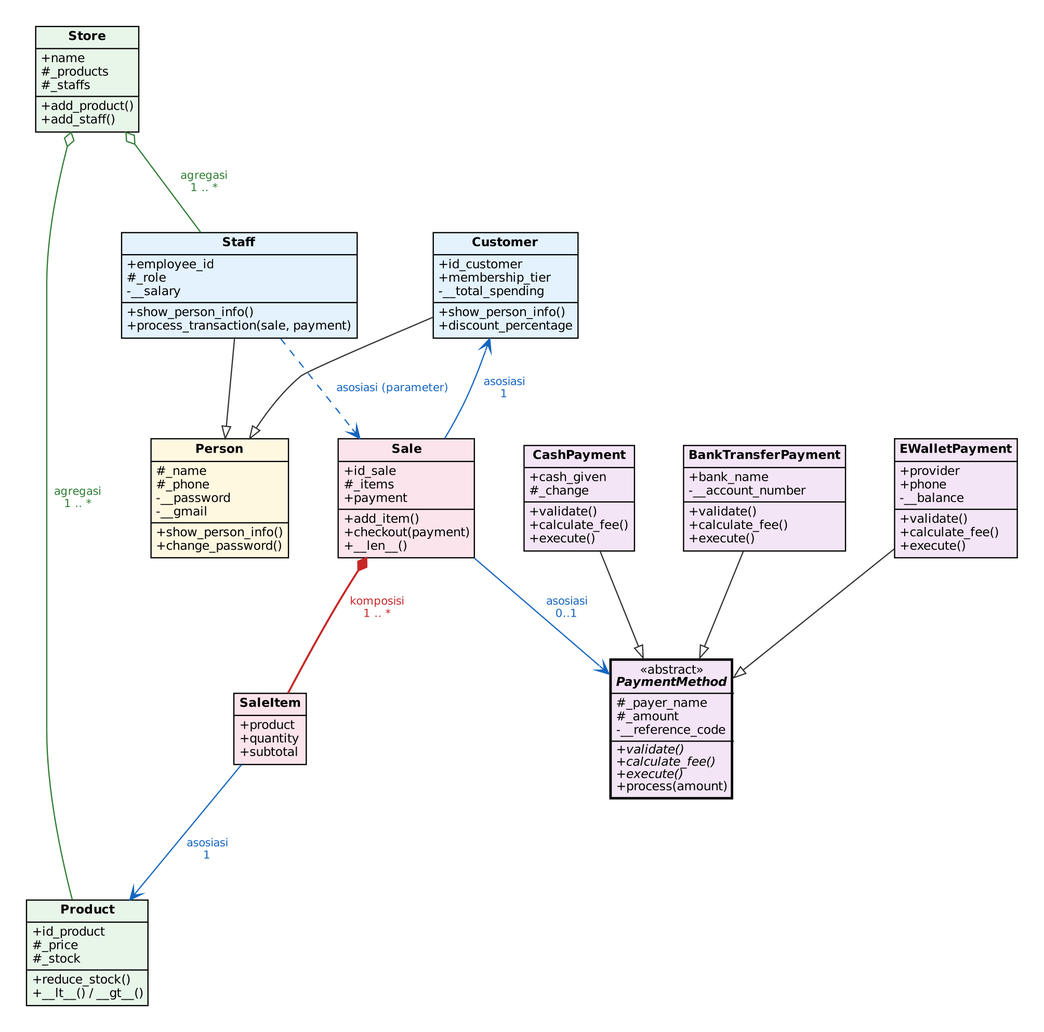
This is posttest/posttest3/assets/class_diagram.png from Alfauzi-S/Praktikum-PBO, a Graphviz export, as it was before one commit. Its source is kept beside it as posttest/posttest3/assets/class_diagram.dot. The source it was exported from:
```dot
digraph UML {
  graph [rankdir=TB, nodesep=0.55, ranksep=0.85, fontname="DejaVu Sans", bgcolor="white", pad=0.3];
  node  [shape=plain, fontname="DejaVu Sans", fontsize=10];
  edge  [fontname="DejaVu Sans", fontsize=9, color="#333333"];

  Person [label=<
    <table border="1" cellborder="0" cellspacing="0" cellpadding="3" bgcolor="#FFF8E1">
      <tr><td><b>Person</b></td></tr><hr/>
      <tr><td align="left">#_name<br align="left"/>#_phone<br align="left"/>-__password<br align="left"/>-__gmail<br align="left"/></td></tr><hr/>
      <tr><td align="left">+show_person_info()<br align="left"/>+change_password()<br align="left"/></td></tr>
    </table>>];

  Customer [label=<
    <table border="1" cellborder="0" cellspacing="0" cellpadding="3" bgcolor="#E3F2FD">
      <tr><td><b>Customer</b></td></tr><hr/>
      <tr><td align="left">+id_customer<br align="left"/>+membership_tier<br align="left"/>-__total_spending<br align="left"/></td></tr><hr/>
      <tr><td align="left">+show_person_info()<br align="left"/>+discount_percentage<br align="left"/></td></tr>
    </table>>];

  Staff [label=<
    <table border="1" cellborder="0" cellspacing="0" cellpadding="3" bgcolor="#E3F2FD">
      <tr><td><b>Staff</b></td></tr><hr/>
      <tr><td align="left">+employee_id<br align="left"/>#_role<br align="left"/>-__salary<br align="left"/></td></tr><hr/>
      <tr><td align="left">+show_person_info()<br align="left"/>+process_transaction(sale, payment)<br align="left"/></td></tr>
    </table>>];

  Store [label=<
    <table border="1" cellborder="0" cellspacing="0" cellpadding="3" bgcolor="#E8F5E9">
      <tr><td><b>Store</b></td></tr><hr/>
      <tr><td align="left">+name<br align="left"/>#_products<br align="left"/>#_staffs<br align="left"/></td></tr><hr/>
      <tr><td align="left">+add_product()<br align="left"/>+add_staff()<br align="left"/></td></tr>
    </table>>];

  Product [label=<
    <table border="1" cellborder="0" cellspacing="0" cellpadding="3" bgcolor="#E8F5E9">
      <tr><td><b>Product</b></td></tr><hr/>
      <tr><td align="left">+id_product<br align="left"/>#_price<br align="left"/>#_stock<br align="left"/></td></tr><hr/>
      <tr><td align="left">+reduce_stock()<br align="left"/>+__lt__() / __gt__()<br align="left"/></td></tr>
    </table>>];

  Sale [label=<
    <table border="1" cellborder="0" cellspacing="0" cellpadding="3" bgcolor="#FCE4EC">
      <tr><td><b>Sale</b></td></tr><hr/>
      <tr><td align="left">+id_sale<br align="left"/>#_items<br align="left"/>+payment<br align="left"/></td></tr><hr/>
      <tr><td align="left">+add_item()<br align="left"/>+checkout(payment)<br align="left"/>+__len__()<br align="left"/></td></tr>
    </table>>];

  SaleItem [label=<
    <table border="1" cellborder="0" cellspacing="0" cellpadding="3" bgcolor="#FCE4EC">
      <tr><td><b>SaleItem</b></td></tr><hr/>
      <tr><td align="left">+product<br align="left"/>+quantity<br align="left"/>+subtotal<br align="left"/></td></tr>
    </table>>];

  PaymentMethod [label=<
    <table border="2" cellborder="0" cellspacing="0" cellpadding="3" bgcolor="#F3E5F5">
      <tr><td>&laquo;abstract&raquo;<br/><b><i>PaymentMethod</i></b></td></tr><hr/>
      <tr><td align="left">#_payer_name<br align="left"/>#_amount<br align="left"/>-__reference_code<br align="left"/></td></tr><hr/>
      <tr><td align="left"><i>+validate()</i><br align="left"/><i>+calculate_fee()</i><br align="left"/><i>+execute()</i><br align="left"/>+process(amount)<br align="left"/></td></tr>
    </table>>];

  Cash [label=<
    <table border="1" cellborder="0" cellspacing="0" cellpadding="3" bgcolor="#F3E5F5">
      <tr><td><b>CashPayment</b></td></tr><hr/>
      <tr><td align="left">+cash_given<br align="left"/>#_change<br align="left"/></td></tr><hr/>
      <tr><td align="left">+validate()<br align="left"/>+calculate_fee()<br align="left"/>+execute()<br align="left"/></td></tr>
    </table>>];

  Bank [label=<
    <table border="1" cellborder="0" cellspacing="0" cellpadding="3" bgcolor="#F3E5F5">
      <tr><td><b>BankTransferPayment</b></td></tr><hr/>
      <tr><td align="left">+bank_name<br align="left"/>-__account_number<br align="left"/></td></tr><hr/>
      <tr><td align="left">+validate()<br align="left"/>+calculate_fee()<br align="left"/>+execute()<br align="left"/></td></tr>
    </table>>];

  Wallet [label=<
    <table border="1" cellborder="0" cellspacing="0" cellpadding="3" bgcolor="#F3E5F5">
      <tr><td><b>EWalletPayment</b></td></tr><hr/>
      <tr><td align="left">+provider<br align="left"/>+phone<br align="left"/>-__balance<br align="left"/></td></tr><hr/>
      <tr><td align="left">+validate()<br align="left"/>+calculate_fee()<br align="left"/>+execute()<br align="left"/></td></tr>
    </table>>];

  Customer -> Person [arrowhead=empty];
  Staff    -> Person [arrowhead=empty];
  Cash     -> PaymentMethod [arrowhead=empty];
  Bank     -> PaymentMethod [arrowhead=empty];
  Wallet   -> PaymentMethod [arrowhead=empty];

  Store -> Product [dir=both, arrowtail=odiamond, arrowhead=none, label="  agregasi\n  1 .. *", color="#2E7D32", fontcolor="#2E7D32"];
  Store -> Staff   [dir=both, arrowtail=odiamond, arrowhead=none, label="  agregasi\n  1 .. *", color="#2E7D32", fontcolor="#2E7D32"];

  Sale -> SaleItem [dir=both, arrowtail=diamond, arrowhead=none, label="  komposisi\n  1 .. *", color="#C62828", fontcolor="#C62828", penwidth=1.6];

  Sale     -> Customer      [arrowhead=vee, label="  asosiasi\n  1", color="#1565C0", fontcolor="#1565C0"];
  Sale     -> PaymentMethod [arrowhead=vee, label="  asosiasi\n  0..1", color="#1565C0", fontcolor="#1565C0"];
  SaleItem -> Product       [arrowhead=vee, label="  asosiasi\n  1", color="#1565C0", fontcolor="#1565C0"];
  Staff    -> Sale          [arrowhead=vee, style=dashed, label="  asosiasi (parameter)", color="#1565C0", fontcolor="#1565C0"];

  { rank=same; Customer; Staff; }
  { rank=same; Cash; Bank; Wallet; }
}
```
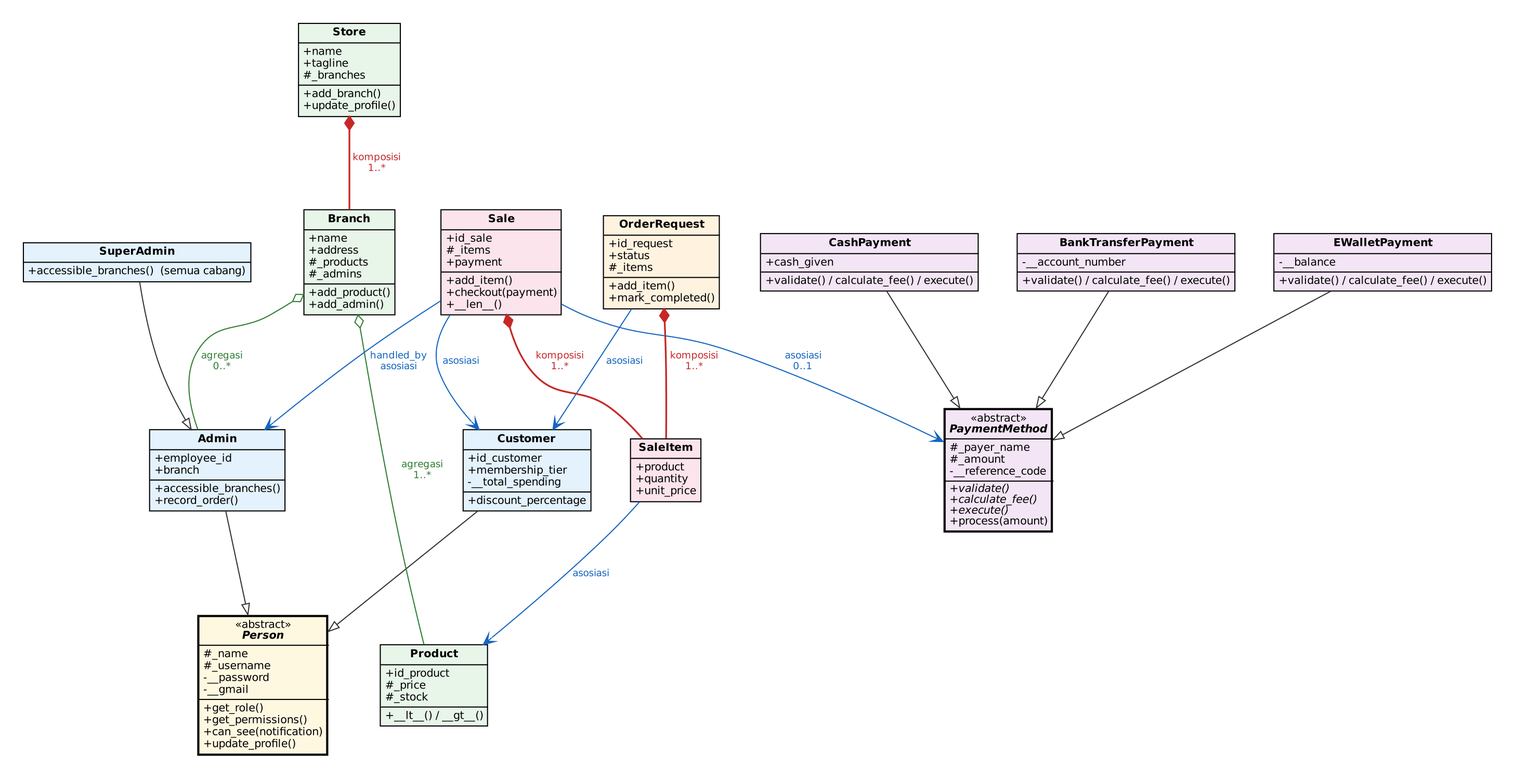
After the change.

The edit, as a diff of the source:
```diff
@@ -1,100 +1,42 @@
 digraph UML {
-  graph [rankdir=TB, nodesep=0.55, ranksep=0.85, fontname="DejaVu Sans", bgcolor="white", pad=0.3];
+  graph [rankdir=TB, nodesep=0.5, ranksep=0.9, fontname="DejaVu Sans", bgcolor="white", pad=0.3];
   node  [shape=plain, fontname="DejaVu Sans", fontsize=10];
   edge  [fontname="DejaVu Sans", fontsize=9, color="#333333"];
-
-  Person [label=<
-    <table border="1" cellborder="0" cellspacing="0" cellpadding="3" bgcolor="#FFF8E1">
-      <tr><td><b>Person</b></td></tr><hr/>
-      <tr><td align="left">#_name<br align="left"/>#_phone<br align="left"/>-__password<br align="left"/>-__gmail<br align="left"/></td></tr><hr/>
-      <tr><td align="left">+show_person_info()<br align="left"/>+change_password()<br align="left"/></td></tr>
-    </table>>];
-
-  Customer [label=<
-    <table border="1" cellborder="0" cellspacing="0" cellpadding="3" bgcolor="#E3F2FD">
-      <tr><td><b>Customer</b></td></tr><hr/>
-      <tr><td align="left">+id_customer<br align="left"/>+membership_tier<br align="left"/>-__total_spending<br align="left"/></td></tr><hr/>
-      <tr><td align="left">+show_person_info()<br align="left"/>+discount_percentage<br align="left"/></td></tr>
-    </table>>];
-
-  Staff [label=<
-    <table border="1" cellborder="0" cellspacing="0" cellpadding="3" bgcolor="#E3F2FD">
-      <tr><td><b>Staff</b></td></tr><hr/>
-      <tr><td align="left">+employee_id<br align="left"/>#_role<br align="left"/>-__salary<br align="left"/></td></tr><hr/>
-      <tr><td align="left">+show_person_info()<br align="left"/>+process_transaction(sale, payment)<br align="left"/></td></tr>
-    </table>>];
-
-  Store [label=<
-    <table border="1" cellborder="0" cellspacing="0" cellpadding="3" bgcolor="#E8F5E9">
-      <tr><td><b>Store</b></td></tr><hr/>
-      <tr><td align="left">+name<br align="left"/>#_products<br align="left"/>#_staffs<br align="left"/></td></tr><hr/>
-      <tr><td align="left">+add_product()<br align="left"/>+add_staff()<br align="left"/></td></tr>
-    </table>>];
-
-  Product [label=<
-    <table border="1" cellborder="0" cellspacing="0" cellpadding="3" bgcolor="#E8F5E9">
-      <tr><td><b>Product</b></td></tr><hr/>
-      <tr><td align="left">+id_product<br align="left"/>#_price<br align="left"/>#_stock<br align="left"/></td></tr><hr/>
-      <tr><td align="left">+reduce_stock()<br align="left"/>+__lt__() / __gt__()<br align="left"/></td></tr>
-    </table>>];
-
-  Sale [label=<
-    <table border="1" cellborder="0" cellspacing="0" cellpadding="3" bgcolor="#FCE4EC">
-      <tr><td><b>Sale</b></td></tr><hr/>
-      <tr><td align="left">+id_sale<br align="left"/>#_items<br align="left"/>+payment<br align="left"/></td></tr><hr/>
-      <tr><td align="left">+add_item()<br align="left"/>+checkout(payment)<br align="left"/>+__len__()<br align="left"/></td></tr>
-    </table>>];
-
-  SaleItem [label=<
-    <table border="1" cellborder="0" cellspacing="0" cellpadding="3" bgcolor="#FCE4EC">
-      <tr><td><b>SaleItem</b></td></tr><hr/>
-      <tr><td align="left">+product<br align="left"/>+quantity<br align="left"/>+subtotal<br align="left"/></td></tr>
-    </table>>];
-
-  PaymentMethod [label=<
-    <table border="2" cellborder="0" cellspacing="0" cellpadding="3" bgcolor="#F3E5F5">
-      <tr><td>&laquo;abstract&raquo;<br/><b><i>PaymentMethod</i></b></td></tr><hr/>
-      <tr><td align="left">#_payer_name<br align="left"/>#_amount<br align="left"/>-__reference_code<br align="left"/></td></tr><hr/>
-      <tr><td align="left"><i>+validate()</i><br align="left"/><i>+calculate_fee()</i><br align="left"/><i>+execute()</i><br align="left"/>+process(amount)<br align="left"/></td></tr>
-    </table>>];
-
-  Cash [label=<
-    <table border="1" cellborder="0" cellspacing="0" cellpadding="3" bgcolor="#F3E5F5">
-      <tr><td><b>CashPayment</b></td></tr><hr/>
-      <tr><td align="left">+cash_given<br align="left"/>#_change<br align="left"/></td></tr><hr/>
-      <tr><td align="left">+validate()<br align="left"/>+calculate_fee()<br align="left"/>+execute()<br align="left"/></td></tr>
-    </table>>];
-
-  Bank [label=<
-    <table border="1" cellborder="0" cellspacing="0" cellpadding="3" bgcolor="#F3E5F5">
-      <tr><td><b>BankTransferPayment</b></td></tr><hr/>
-      <tr><td align="left">+bank_name<br align="left"/>-__account_number<br align="left"/></td></tr><hr/>
-      <tr><td align="left">+validate()<br align="left"/>+calculate_fee()<br align="left"/>+execute()<br align="left"/></td></tr>
-    </table>>];
-
-  Wallet [label=<
-    <table border="1" cellborder="0" cellspacing="0" cellpadding="3" bgcolor="#F3E5F5">
-      <tr><td><b>EWalletPayment</b></td></tr><hr/>
-      <tr><td align="left">+provider<br align="left"/>+phone<br align="left"/>-__balance<br align="left"/></td></tr><hr/>
-      <tr><td align="left">+validate()<br align="left"/>+calculate_fee()<br align="left"/>+execute()<br align="left"/></td></tr>
-    </table>>];
+  Person [label=<<table border="2" cellborder="0" cellspacing="0" cellpadding="3" bgcolor="#FFF8E1"><tr><td>&laquo;abstract&raquo;<br/><b><i>Person</i></b></td></tr><hr/><tr><td align="left">#_name<br align="left"/>#_username<br align="left"/>-__password<br align="left"/>-__gmail<br align="left"/></td></tr><hr/><tr><td align="left">+get_role()<br align="left"/>+get_permissions()<br align="left"/>+can_see(notification)<br align="left"/>+update_profile()<br align="left"/></td></tr></table>>];
+  Customer [label=<<table border="1" cellborder="0" cellspacing="0" cellpadding="3" bgcolor="#E3F2FD"><tr><td><b>Customer</b></td></tr><hr/><tr><td align="left">+id_customer<br align="left"/>+membership_tier<br align="left"/>-__total_spending<br align="left"/></td></tr><hr/><tr><td align="left">+discount_percentage<br align="left"/></td></tr></table>>];
+  Admin [label=<<table border="1" cellborder="0" cellspacing="0" cellpadding="3" bgcolor="#E3F2FD"><tr><td><b>Admin</b></td></tr><hr/><tr><td align="left">+employee_id<br align="left"/>+branch<br align="left"/></td></tr><hr/><tr><td align="left">+accessible_branches()<br align="left"/>+record_order()<br align="left"/></td></tr></table>>];
+  SuperAdmin [label=<<table border="1" cellborder="0" cellspacing="0" cellpadding="3" bgcolor="#E3F2FD"><tr><td><b>SuperAdmin</b></td></tr><hr/><tr><td align="left">+accessible_branches()  (semua cabang)<br align="left"/></td></tr></table>>];
+  Store [label=<<table border="1" cellborder="0" cellspacing="0" cellpadding="3" bgcolor="#E8F5E9"><tr><td><b>Store</b></td></tr><hr/><tr><td align="left">+name<br align="left"/>+tagline<br align="left"/>#_branches<br align="left"/></td></tr><hr/><tr><td align="left">+add_branch()<br align="left"/>+update_profile()<br align="left"/></td></tr></table>>];
+  Branch [label=<<table border="1" cellborder="0" cellspacing="0" cellpadding="3" bgcolor="#E8F5E9"><tr><td><b>Branch</b></td></tr><hr/><tr><td align="left">+name<br align="left"/>+address<br align="left"/>#_products<br align="left"/>#_admins<br align="left"/></td></tr><hr/><tr><td align="left">+add_product()<br align="left"/>+add_admin()<br align="left"/></td></tr></table>>];
+  Product [label=<<table border="1" cellborder="0" cellspacing="0" cellpadding="3" bgcolor="#E8F5E9"><tr><td><b>Product</b></td></tr><hr/><tr><td align="left">+id_product<br align="left"/>#_price<br align="left"/>#_stock<br align="left"/></td></tr><hr/><tr><td align="left">+__lt__() / __gt__()<br align="left"/></td></tr></table>>];
+  OrderRequest [label=<<table border="1" cellborder="0" cellspacing="0" cellpadding="3" bgcolor="#FFF3E0"><tr><td><b>OrderRequest</b></td></tr><hr/><tr><td align="left">+id_request<br align="left"/>+status<br align="left"/>#_items<br align="left"/></td></tr><hr/><tr><td align="left">+add_item()<br align="left"/>+mark_completed()<br align="left"/></td></tr></table>>];
+  Sale [label=<<table border="1" cellborder="0" cellspacing="0" cellpadding="3" bgcolor="#FCE4EC"><tr><td><b>Sale</b></td></tr><hr/><tr><td align="left">+id_sale<br align="left"/>#_items<br align="left"/>+payment<br align="left"/></td></tr><hr/><tr><td align="left">+add_item()<br align="left"/>+checkout(payment)<br align="left"/>+__len__()<br align="left"/></td></tr></table>>];
+  SaleItem [label=<<table border="1" cellborder="0" cellspacing="0" cellpadding="3" bgcolor="#FCE4EC"><tr><td><b>SaleItem</b></td></tr><hr/><tr><td align="left">+product<br align="left"/>+quantity<br align="left"/>+unit_price<br align="left"/></td></tr></table>>];
+  PaymentMethod [label=<<table border="2" cellborder="0" cellspacing="0" cellpadding="3" bgcolor="#F3E5F5"><tr><td>&laquo;abstract&raquo;<br/><b><i>PaymentMethod</i></b></td></tr><hr/><tr><td align="left">#_payer_name<br align="left"/>#_amount<br align="left"/>-__reference_code<br align="left"/></td></tr><hr/><tr><td align="left"><i>+validate()</i><br align="left"/><i>+calculate_fee()</i><br align="left"/><i>+execute()</i><br align="left"/>+process(amount)<br align="left"/></td></tr></table>>];
+  Cash [label=<<table border="1" cellborder="0" cellspacing="0" cellpadding="3" bgcolor="#F3E5F5"><tr><td><b>CashPayment</b></td></tr><hr/><tr><td align="left">+cash_given<br align="left"/></td></tr><hr/><tr><td align="left">+validate() / calculate_fee() / execute()<br align="left"/></td></tr></table>>];
+  Bank [label=<<table border="1" cellborder="0" cellspacing="0" cellpadding="3" bgcolor="#F3E5F5"><tr><td><b>BankTransferPayment</b></td></tr><hr/><tr><td align="left">-__account_number<br align="left"/></td></tr><hr/><tr><td align="left">+validate() / calculate_fee() / execute()<br align="left"/></td></tr></table>>];
+  Wallet [label=<<table border="1" cellborder="0" cellspacing="0" cellpadding="3" bgcolor="#F3E5F5"><tr><td><b>EWalletPayment</b></td></tr><hr/><tr><td align="left">-__balance<br align="left"/></td></tr><hr/><tr><td align="left">+validate() / calculate_fee() / execute()<br align="left"/></td></tr></table>>];
 
   Customer -> Person [arrowhead=empty];
-  Staff    -> Person [arrowhead=empty];
-  Cash     -> PaymentMethod [arrowhead=empty];
-  Bank     -> PaymentMethod [arrowhead=empty];
-  Wallet   -> PaymentMethod [arrowhead=empty];
+  Admin -> Person [arrowhead=empty];
+  SuperAdmin -> Admin [arrowhead=empty];
+  Cash -> PaymentMethod [arrowhead=empty];
+  Bank -> PaymentMethod [arrowhead=empty];
+  Wallet -> PaymentMethod [arrowhead=empty];
 
-  Store -> Product [dir=both, arrowtail=odiamond, arrowhead=none, label="  agregasi\n  1 .. *", color="#2E7D32", fontcolor="#2E7D32"];
-  Store -> Staff   [dir=both, arrowtail=odiamond, arrowhead=none, label="  agregasi\n  1 .. *", color="#2E7D32", fontcolor="#2E7D32"];
+  Branch -> Product [dir=both, arrowtail=odiamond, arrowhead=none, label=" agregasi\n 1..*", color="#2E7D32", fontcolor="#2E7D32"];
+  Branch -> Admin   [dir=both, arrowtail=odiamond, arrowhead=none, label=" agregasi\n 0..*", color="#2E7D32", fontcolor="#2E7D32"];
 
-  Sale -> SaleItem [dir=both, arrowtail=diamond, arrowhead=none, label="  komposisi\n  1 .. *", color="#C62828", fontcolor="#C62828", penwidth=1.6];
+  Store -> Branch      [dir=both, arrowtail=diamond, arrowhead=none, label=" komposisi\n 1..*", color="#C62828", fontcolor="#C62828", penwidth=1.6];
+  Sale -> SaleItem     [dir=both, arrowtail=diamond, arrowhead=none, label=" komposisi\n 1..*", color="#C62828", fontcolor="#C62828", penwidth=1.6];
+  OrderRequest -> SaleItem [dir=both, arrowtail=diamond, arrowhead=none, label=" komposisi\n 1..*", color="#C62828", fontcolor="#C62828", penwidth=1.6];
 
-  Sale     -> Customer      [arrowhead=vee, label="  asosiasi\n  1", color="#1565C0", fontcolor="#1565C0"];
-  Sale     -> PaymentMethod [arrowhead=vee, label="  asosiasi\n  0..1", color="#1565C0", fontcolor="#1565C0"];
-  SaleItem -> Product       [arrowhead=vee, label="  asosiasi\n  1", color="#1565C0", fontcolor="#1565C0"];
-  Staff    -> Sale          [arrowhead=vee, style=dashed, label="  asosiasi (parameter)", color="#1565C0", fontcolor="#1565C0"];
+  OrderRequest -> Customer [arrowhead=vee, label=" asosiasi", color="#1565C0", fontcolor="#1565C0"];
+  Sale -> Customer [arrowhead=vee, label=" asosiasi", color="#1565C0", fontcolor="#1565C0"];
+  Sale -> Admin [arrowhead=vee, label=" handled_by\n asosiasi", color="#1565C0", fontcolor="#1565C0"];
+  Sale -> PaymentMethod [arrowhead=vee, label=" asosiasi\n 0..1", color="#1565C0", fontcolor="#1565C0"];
+  SaleItem -> Product [arrowhead=vee, label=" asosiasi", color="#1565C0", fontcolor="#1565C0"];
 
-  { rank=same; Customer; Staff; }
+  { rank=same; Customer; Admin; }
   { rank=same; Cash; Bank; Wallet; }
 }
```
